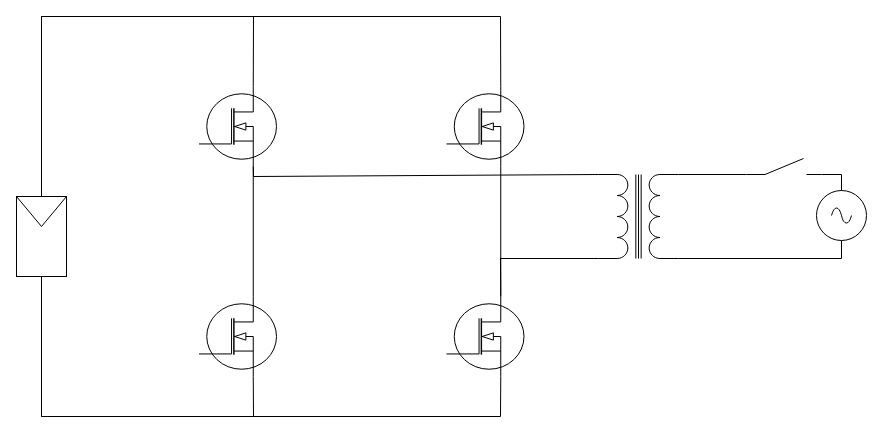
The draw.io diagram Topologie_FS_Richtig.drawio in Lostqw1/Funfun, before the edit. Source tidied: cells renumbered, new cells numbered last; positions are measured from the earlier drawing's top-left corner, leaving out a move shared by most shapes. Both pictures are drawn from the tidied source at 100%, with x=0, y=0 at pixel (16, 16).
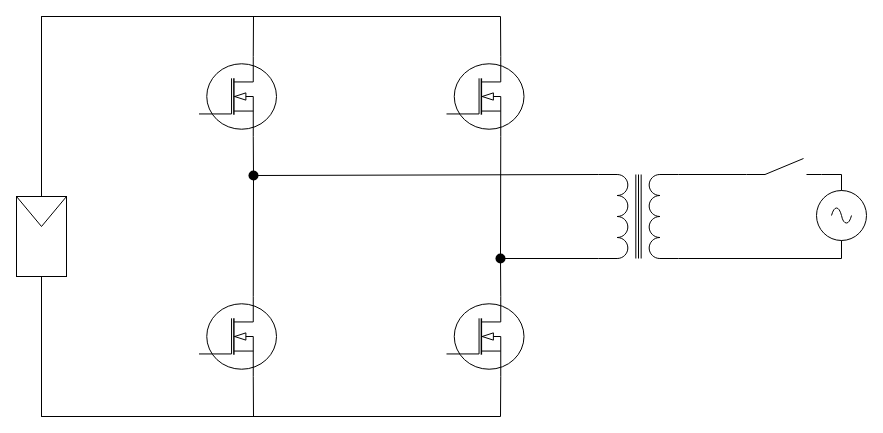
The same page after the edit.

Unchanged cells that the change refers to:
```xml
<mxCell id="2" style="verticalLabelPosition=bottom;shadow=0;dashed=0;align=center;html=1;verticalAlign=top;shape=mxgraph.electrical.inductors.transformer_1;rotation=90;" parent="1" vertex="1">
  <mxGeometry x="580" y="160" width="84" height="80" as="geometry" />
</mxCell>
<mxCell id="6" style="verticalLabelPosition=bottom;shadow=0;dashed=0;align=center;html=1;verticalAlign=top;shape=mxgraph.electrical.mosfets1.n-channel_mosfet_1;" parent="1" vertex="1">
  <mxGeometry x="182.5" y="280" width="77.5" height="80" as="geometry" />
</mxCell>
<mxCell id="8" style="verticalLabelPosition=bottom;shadow=0;dashed=0;align=center;html=1;verticalAlign=top;shape=mxgraph.electrical.mosfets1.n-channel_mosfet_1;" parent="1" vertex="1">
  <mxGeometry x="430" y="280" width="77.5" height="80" as="geometry" />
</mxCell>
```

The edit, as a diff of the source:
```diff
@@
     <mxCell id="7" style="verticalLabelPosition=bottom;shadow=0;dashed=0;align=center;html=1;verticalAlign=top;shape=mxgraph.electrical.mosfets1.n-channel_mosfet_1;" parent="1" vertex="1">
-      <mxGeometry x="182.5" y="70" width="77.5" height="80" as="geometry" />
+      <mxGeometry x="182.5" y="40" width="77.5" height="80" as="geometry" />
     </mxCell>
@@
     <mxCell id="9" style="verticalLabelPosition=bottom;shadow=0;dashed=0;align=center;html=1;verticalAlign=top;shape=mxgraph.electrical.mosfets1.n-channel_mosfet_1;" parent="1" vertex="1">
-      <mxGeometry x="430" y="70" width="77.5" height="80" as="geometry" />
+      <mxGeometry x="430" y="40" width="77.5" height="80" as="geometry" />
     </mxCell>
-    <mxCell id="10" style="endArrow=none;html=1;rounded=0;entryX=0.7;entryY=1;entryDx=0;entryDy=0;entryPerimeter=0;exitX=0.7;exitY=0;exitDx=0;exitDy=0;exitPerimeter=0;" parent="1" edge="1" source="6" target="7">
+    <mxCell id="10" style="endArrow=none;html=1;rounded=0;entryX=0.7;entryY=1;entryDx=0;entryDy=0;entryPerimeter=0;exitDx=0;exitDy=0;exitPerimeter=0;startArrow=none;" parent="1" edge="1" source="23" target="7">
       <mxGeometry relative="1" as="geometry" />
     </mxCell>
@@
-    <mxCell id="14" style="endArrow=none;html=1;rounded=0;entryX=0.7;entryY=1;entryDx=0;entryDy=0;entryPerimeter=0;exitX=0.7;exitY=0;exitDx=0;exitDy=0;exitPerimeter=0;" parent="1" edge="1" source="8" target="9">
+    <mxCell id="14" style="endArrow=none;html=1;rounded=0;entryX=0.7;entryY=1;entryDx=0;entryDy=0;entryPerimeter=0;exitDx=0;exitDy=0;exitPerimeter=0;startArrow=none;" parent="1" edge="1" source="26" target="9">
       <mxGeometry relative="1" as="geometry" />
     </mxCell>
-    <mxCell id="15" style="endArrow=none;html=1;rounded=0;entryX=0;entryY=1;entryDx=0;entryDy=0;entryPerimeter=0;exitX=0.7;exitY=1;exitDx=0;exitDy=0;exitPerimeter=0;" parent="1" edge="1" source="7" target="2">
-      <mxGeometry relative="1" as="geometry">
-        <Array as="points">
-          <mxPoint x="237" y="160" />
-        </Array>
-      </mxGeometry>
-    </mxCell>
-    <mxCell id="16" style="endArrow=none;html=1;rounded=0;entryX=1;entryY=1;entryDx=0;entryDy=0;entryPerimeter=0;exitX=0.7;exitY=0;exitDx=0;exitDy=0;exitPerimeter=0;" parent="1" edge="1" source="8" target="2">
-      <mxGeometry relative="1" as="geometry">
-        <Array as="points">
-          <mxPoint x="484" y="242" />
-        </Array>
-      </mxGeometry>
-    </mxCell>
@@
+    <mxCell id="22" style="endArrow=none;html=1;rounded=0;entryDx=0;entryDy=0;entryPerimeter=0;exitX=0.7;exitY=0;exitDx=0;exitDy=0;exitPerimeter=0;" parent="1" edge="1" source="6" target="23">
+      <mxGeometry relative="1" as="geometry" />
+    </mxCell>
+    <mxCell id="23" style="shape=waypoint;sketch=0;fillStyle=solid;size=6;points=[];fillColor=none;perimeter=centerPerimeter;snapToPoint=1;strokeWidth=3;" parent="1" vertex="1">
+      <mxGeometry x="227" y="149" width="20" height="20" as="geometry" />
+    </mxCell>
+    <mxCell id="24" style="endArrow=none;html=1;rounded=0;entryX=0;entryY=1;entryDx=0;entryDy=0;entryPerimeter=0;exitX=0.45;exitY=-0.1;exitDx=0;exitDy=0;exitPerimeter=0;" parent="1" edge="1" source="23" target="2">
+      <mxGeometry relative="1" as="geometry" />
+    </mxCell>
+    <mxCell id="25" style="endArrow=none;html=1;rounded=0;entryDx=0;entryDy=0;entryPerimeter=0;exitX=0.7;exitY=0;exitDx=0;exitDy=0;exitPerimeter=0;" parent="1" edge="1" source="8" target="26">
+      <mxGeometry relative="1" as="geometry" />
+    </mxCell>
+    <mxCell id="26" style="shape=waypoint;sketch=0;fillStyle=solid;size=6;points=[];fillColor=none;perimeter=centerPerimeter;snapToPoint=1;strokeWidth=3;" parent="1" vertex="1">
+      <mxGeometry x="474" y="232" width="20" height="20" as="geometry" />
+    </mxCell>
+    <mxCell id="27" style="endArrow=none;html=1;rounded=0;entryX=1;entryY=1;entryDx=0;entryDy=0;entryPerimeter=0;exitX=0.6;exitY=0.7;exitDx=0;exitDy=0;exitPerimeter=0;" parent="1" edge="1" source="26" target="2">
+      <mxGeometry relative="1" as="geometry" />
+    </mxCell>
```
